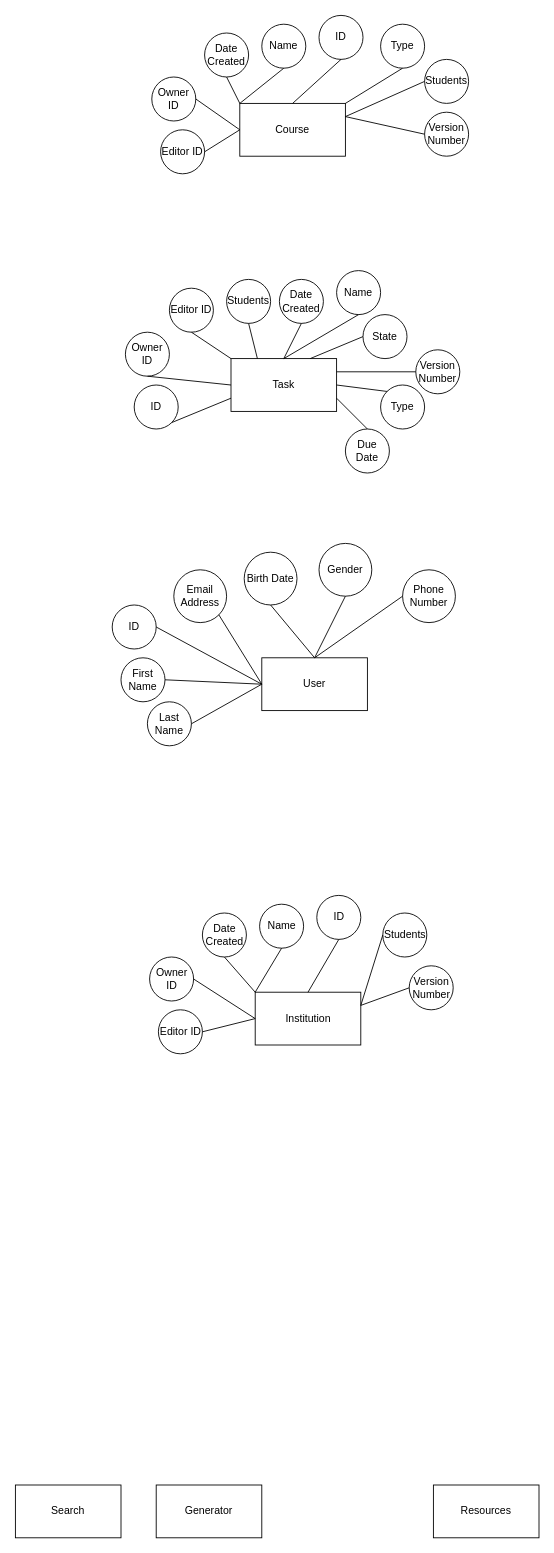
Earlier version of the draw.io diagram diagrams/db/DatabaseER.drawio (Apollo-LW/Apollo-LW). Source tidied: cells renumbered, new cells numbered last; positions are measured from the earlier drawing's top-left corner, leaving out a move shared by most shapes. Both pictures are drawn from the tidied source at 88%, with x=0, y=0 at pixel (15, 15).
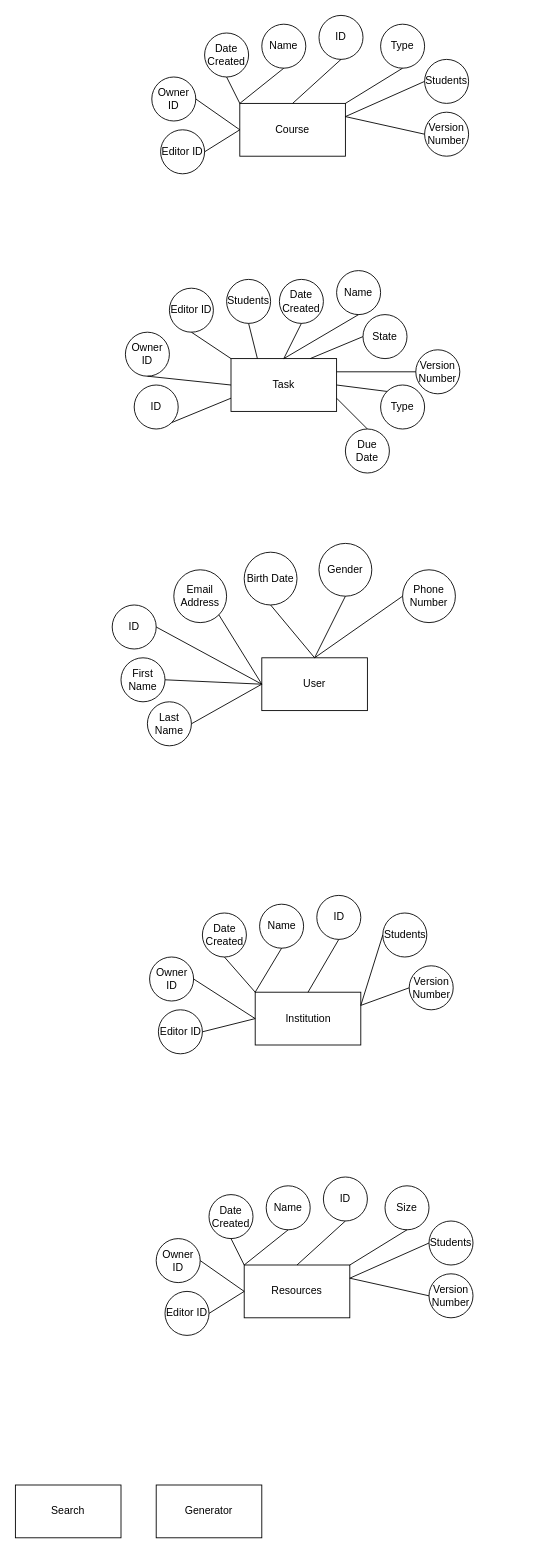
The same diagram, later.

Commit message:
Add Resource Data Model

Diff of the diagram source:
```diff
@@
-    <mxCell id="5" value="Resources" style="rounded=0;whiteSpace=wrap;html=1;" parent="1" vertex="1">
-      <mxGeometry x="475" y="1670" width="120" height="60" as="geometry" />
-    </mxCell>
@@
+    <mxCell id="5" value="Resources" style="rounded=0;whiteSpace=wrap;html=1;" parent="1" vertex="1">
+      <mxGeometry x="260" y="1420" width="120" height="60" as="geometry" />
+    </mxCell>
+    <mxCell id="73" value="Name" style="ellipse;whiteSpace=wrap;html=1;" parent="1" vertex="1">
+      <mxGeometry x="285" y="1330" width="50" height="50" as="geometry" />
+    </mxCell>
+    <mxCell id="74" value="Date Created" style="ellipse;whiteSpace=wrap;html=1;" parent="1" vertex="1">
+      <mxGeometry x="220" y="1340" width="50" height="50" as="geometry" />
+    </mxCell>
+    <mxCell id="75" value="ID" style="ellipse;whiteSpace=wrap;html=1;" parent="1" vertex="1">
+      <mxGeometry x="350" y="1320" width="50" height="50" as="geometry" />
+    </mxCell>
+    <mxCell id="76" value="Version Number" style="ellipse;whiteSpace=wrap;html=1;" parent="1" vertex="1">
+      <mxGeometry x="470" y="1430" width="50" height="50" as="geometry" />
+    </mxCell>
+    <mxCell id="77" value="Owner ID" style="ellipse;whiteSpace=wrap;html=1;" parent="1" vertex="1">
+      <mxGeometry x="160" y="1390" width="50" height="50" as="geometry" />
+    </mxCell>
+    <mxCell id="78" value="Editor ID" style="ellipse;whiteSpace=wrap;html=1;" parent="1" vertex="1">
+      <mxGeometry x="170" y="1450" width="50" height="50" as="geometry" />
+    </mxCell>
+    <mxCell id="79" value="Size" style="ellipse;whiteSpace=wrap;html=1;" parent="1" vertex="1">
+      <mxGeometry x="420" y="1330" width="50" height="50" as="geometry" />
+    </mxCell>
+    <mxCell id="80" value="Students" style="ellipse;whiteSpace=wrap;html=1;" parent="1" vertex="1">
+      <mxGeometry x="470" y="1370" width="50" height="50" as="geometry" />
+    </mxCell>
+    <mxCell id="81" style="endArrow=none;html=1;rounded=0;exitX=1;exitY=0.5;exitDx=0;exitDy=0;entryX=0;entryY=0.5;entryDx=0;entryDy=0;" parent="1" edge="1" source="77" target="5">
+      <mxGeometry relative="1" as="geometry" />
+    </mxCell>
+    <mxCell id="82" style="endArrow=none;html=1;rounded=0;exitX=0.5;exitY=1;exitDx=0;exitDy=0;entryX=0;entryY=0;entryDx=0;entryDy=0;" parent="1" edge="1" source="74" target="5">
+      <mxGeometry relative="1" as="geometry" />
+    </mxCell>
+    <mxCell id="83" style="endArrow=none;html=1;rounded=0;exitX=0.5;exitY=1;exitDx=0;exitDy=0;entryX=0;entryY=0;entryDx=0;entryDy=0;" parent="1" edge="1" source="73" target="5">
+      <mxGeometry relative="1" as="geometry" />
+    </mxCell>
+    <mxCell id="84" style="endArrow=none;html=1;rounded=0;exitX=0.5;exitY=1;exitDx=0;exitDy=0;entryX=0.5;entryY=0;entryDx=0;entryDy=0;" parent="1" edge="1" source="75" target="5">
+      <mxGeometry relative="1" as="geometry" />
+    </mxCell>
+    <mxCell id="85" style="endArrow=none;html=1;rounded=0;exitX=0.5;exitY=1;exitDx=0;exitDy=0;entryX=1;entryY=0;entryDx=0;entryDy=0;" parent="1" edge="1" source="79" target="5">
+      <mxGeometry relative="1" as="geometry" />
+    </mxCell>
+    <mxCell id="86" style="endArrow=none;html=1;rounded=0;exitX=0;exitY=0.5;exitDx=0;exitDy=0;entryX=1;entryY=0.25;entryDx=0;entryDy=0;" parent="1" edge="1" source="80" target="5">
+      <mxGeometry relative="1" as="geometry" />
+    </mxCell>
+    <mxCell id="87" style="endArrow=none;html=1;rounded=0;exitX=0;exitY=0.5;exitDx=0;exitDy=0;entryX=1;entryY=0.25;entryDx=0;entryDy=0;" parent="1" edge="1" source="76" target="5">
+      <mxGeometry relative="1" as="geometry" />
+    </mxCell>
+    <mxCell id="88" style="endArrow=none;html=1;rounded=0;exitX=0;exitY=0.5;exitDx=0;exitDy=0;entryX=1;entryY=0.5;entryDx=0;entryDy=0;" parent="1" edge="1" source="5" target="78">
+      <mxGeometry relative="1" as="geometry" />
+    </mxCell>
```
